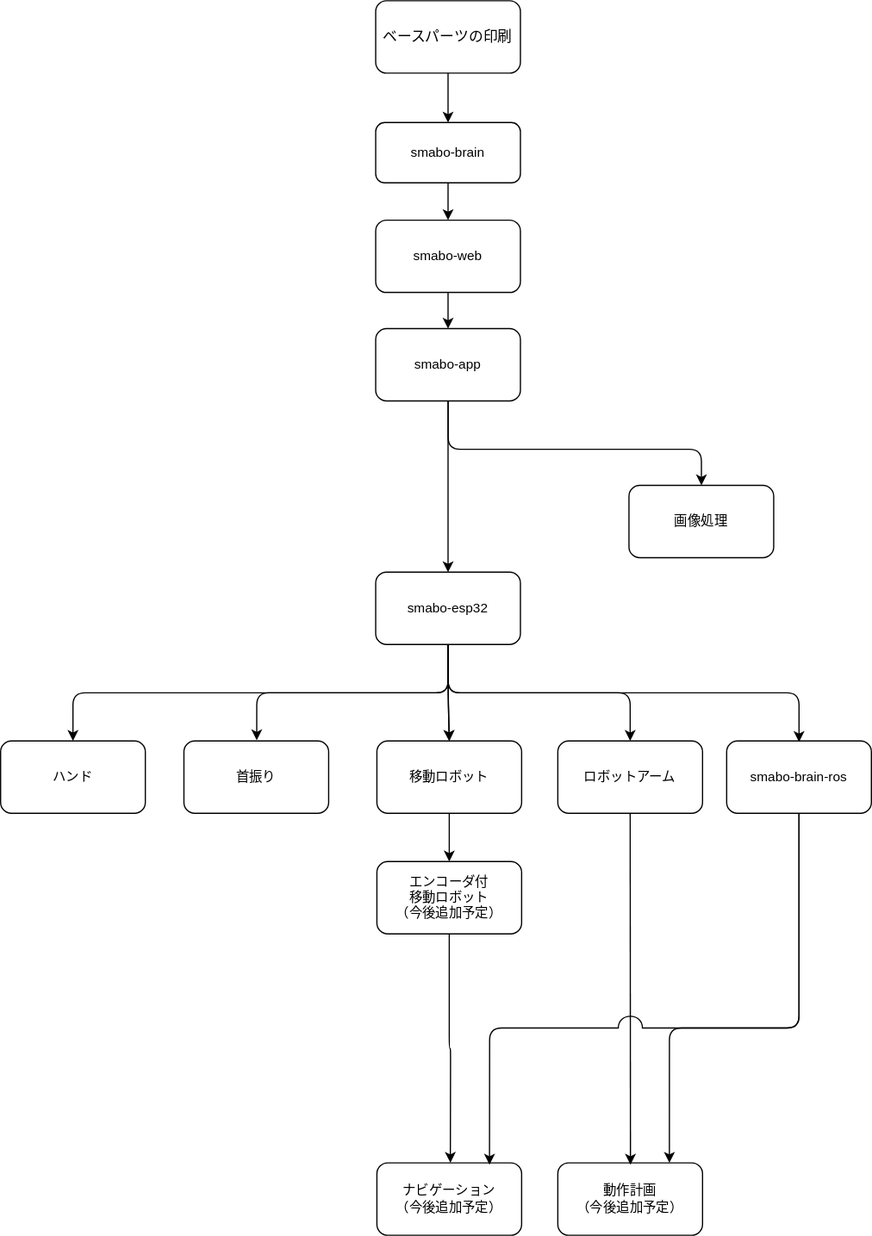
Before: docs/images/smabo_roadmap.drawio.svg, a diagram exported from draw.io (smabo-smartphone-robot/smabo-smartphone-robot.github.io). Source tidied: cells renumbered, new cells last; positions are measured from the earlier drawing's top-left corner, leaving out a move shared by most shapes.
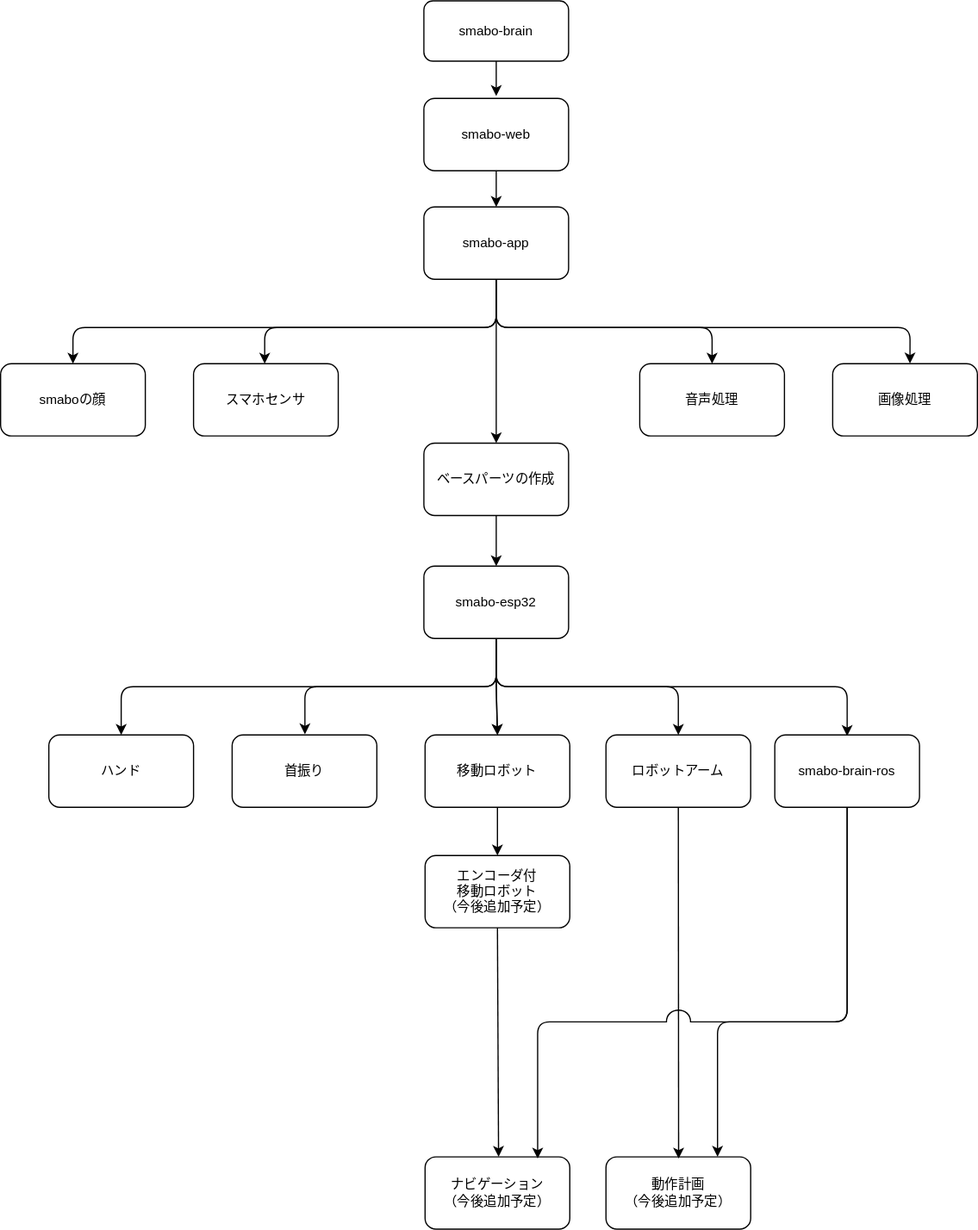
After the change.

Diff of the diagram source:
```diff
@@ -2,17 +2,14 @@
   <root>
     <mxCell id="0" />
     <mxCell id="1" parent="0" />
-    <mxCell id="2" style="edgeStyle=orthogonalEdgeStyle;html=1;rounded=0;curved=0;" parent="1" edge="1" source="3" target="5">
-      <mxGeometry relative="1" as="geometry" />
-    </mxCell>
-    <mxCell id="3" value="ベースパーツの印刷" style="rounded=1;whiteSpace=wrap;html=1;" parent="1" vertex="1">
-      <mxGeometry x="311" width="120" height="60" as="geometry" />
-    </mxCell>
-    <mxCell id="4" style="edgeStyle=none;html=1;entryX=0.5;entryY=0;entryDx=0;entryDy=0;" parent="1" edge="1" source="5" target="22">
-      <mxGeometry relative="1" as="geometry" />
+    <mxCell id="4" style="edgeStyle=none;html=1;entryX=0.5;entryY=0;entryDx=0;entryDy=0;" parent="1" edge="1">
+      <mxGeometry relative="1" as="geometry">
+        <mxPoint x="371" y="53.1" as="sourcePoint" />
+        <mxPoint x="371" y="84" as="targetPoint" />
+      </mxGeometry>
     </mxCell>
     <mxCell id="5" value="smabo-brain" style="rounded=1;whiteSpace=wrap;html=1;fontFamily=Helvetica;fontSize=11;fontColor=default;labelBackgroundColor=default;" parent="1" vertex="1">
-      <mxGeometry x="311" y="101.1" width="120" height="50" as="geometry" />
+      <mxGeometry x="311" y="5.1" width="120" height="50" as="geometry" />
     </mxCell>
     <mxCell id="6" style="edgeStyle=orthogonalEdgeStyle;shape=connector;curved=0;rounded=1;html=1;strokeColor=default;align=center;verticalAlign=middle;fontFamily=Helvetica;fontSize=11;fontColor=default;labelBackgroundColor=default;endArrow=classic;entryX=0.5;entryY=0;entryDx=0;entryDy=0;" parent="1" edge="1" source="12" target="13">
       <mxGeometry relative="1" as="geometry">
@@ -85,27 +82,35 @@
       <mxGeometry relative="1" as="geometry" />
     </mxCell>
     <mxCell id="22" value="smabo-web" style="rounded=1;whiteSpace=wrap;html=1;fontFamily=Helvetica;fontSize=11;fontColor=default;labelBackgroundColor=default;" parent="1" vertex="1">
-      <mxGeometry x="311" y="182" width="120" height="60" as="geometry" />
+      <mxGeometry x="311" y="86" width="120" height="60" as="geometry" />
     </mxCell>
     <mxCell id="23" value="画像処理" style="whiteSpace=wrap;html=1;fontSize=11;rounded=1;labelBackgroundColor=default;" parent="1" vertex="1">
-      <mxGeometry x="521" y="402" width="120" height="60" as="geometry" />
+      <mxGeometry x="650" y="306" width="120" height="60" as="geometry" />
     </mxCell>
     <mxCell id="24" value="smabo-brain-ros" style="rounded=1;whiteSpace=wrap;html=1;fontFamily=Helvetica;fontSize=11;fontColor=default;labelBackgroundColor=default;" parent="1" vertex="1">
       <mxGeometry x="602" y="614" width="120" height="60" as="geometry" />
     </mxCell>
-    <mxCell id="25" style="edgeStyle=orthogonalEdgeStyle;shape=connector;rounded=1;html=1;entryX=0.5;entryY=0;entryDx=0;entryDy=0;strokeColor=default;align=center;verticalAlign=middle;fontFamily=Helvetica;fontSize=11;fontColor=default;labelBackgroundColor=default;endArrow=classic;" parent="1" edge="1" source="27" target="12">
-      <mxGeometry relative="1" as="geometry" />
-    </mxCell>
-    <mxCell id="26" style="edgeStyle=orthogonalEdgeStyle;shape=connector;rounded=1;html=1;strokeColor=default;align=center;verticalAlign=middle;fontFamily=Helvetica;fontSize=11;fontColor=default;labelBackgroundColor=default;endArrow=classic;" parent="1" edge="1" source="27" target="23">
+    <mxCell id="26" style="edgeStyle=orthogonalEdgeStyle;shape=connector;rounded=1;html=1;strokeColor=default;align=center;verticalAlign=middle;fontFamily=Helvetica;fontSize=11;fontColor=default;labelBackgroundColor=default;endArrow=classic;entryX=0.534;entryY=-0.002;entryDx=0;entryDy=0;entryPerimeter=0;" parent="1" edge="1" source="27" target="23">
       <mxGeometry relative="1" as="geometry">
         <Array as="points">
-          <mxPoint x="441" y="372" />
-          <mxPoint x="651" y="372" />
+          <mxPoint x="371" y="276" />
+          <mxPoint x="714" y="276" />
         </Array>
       </mxGeometry>
     </mxCell>
+    <mxCell id="32" style="edgeStyle=orthogonalEdgeStyle;html=1;" parent="1" edge="1" source="27" target="34">
+      <mxGeometry relative="1" as="geometry">
+        <Array as="points">
+          <mxPoint x="371" y="276" />
+          <mxPoint x="550" y="276" />
+        </Array>
+      </mxGeometry>
+    </mxCell>
+    <mxCell id="33" style="edgeStyle=none;html=1;" parent="1" edge="1" source="27" target="40">
+      <mxGeometry relative="1" as="geometry" />
+    </mxCell>
     <mxCell id="27" value="smabo-app" style="rounded=1;whiteSpace=wrap;html=1;fontFamily=Helvetica;fontSize=11;fontColor=default;labelBackgroundColor=default;" parent="1" vertex="1">
-      <mxGeometry x="311" y="272" width="120" height="60" as="geometry" />
+      <mxGeometry x="311" y="176" width="120" height="60" as="geometry" />
     </mxCell>
     <mxCell id="28" style="edgeStyle=orthogonalEdgeStyle;shape=connector;rounded=1;jumpStyle=arc;jumpSize=20;html=1;entryX=0.508;entryY=-0.001;entryDx=0;entryDy=0;entryPerimeter=0;strokeColor=default;align=center;verticalAlign=middle;fontFamily=Helvetica;fontSize=11;fontColor=default;labelBackgroundColor=default;endArrow=classic;" parent="1" edge="1" source="17" target="18">
       <mxGeometry relative="1" as="geometry" />
@@ -129,5 +134,37 @@
         </Array>
       </mxGeometry>
     </mxCell>
+    <mxCell id="34" value="音声処理" style="whiteSpace=wrap;html=1;fontSize=11;rounded=1;labelBackgroundColor=default;" parent="1" vertex="1">
+      <mxGeometry x="490" y="306" width="120" height="60" as="geometry" />
+    </mxCell>
+    <mxCell id="35" value="smaboの顔" style="whiteSpace=wrap;html=1;fontSize=11;rounded=1;labelBackgroundColor=default;" parent="1" vertex="1">
+      <mxGeometry x="-40" y="306" width="120" height="60" as="geometry" />
+    </mxCell>
+    <mxCell id="36" style="edgeStyle=orthogonalEdgeStyle;html=1;" parent="1" edge="1" source="27" target="35">
+      <mxGeometry relative="1" as="geometry">
+        <Array as="points">
+          <mxPoint x="371" y="276" />
+          <mxPoint x="20" y="276" />
+        </Array>
+      </mxGeometry>
+    </mxCell>
+    <mxCell id="37" value="スマホセンサ" style="whiteSpace=wrap;html=1;fontSize=11;rounded=1;labelBackgroundColor=default;" parent="1" vertex="1">
+      <mxGeometry x="120" y="306" width="120" height="60" as="geometry" />
+    </mxCell>
+    <mxCell id="38" style="edgeStyle=orthogonalEdgeStyle;html=1;" parent="1" edge="1" source="27">
+      <mxGeometry relative="1" as="geometry">
+        <mxPoint x="180" y="306" as="targetPoint" />
+        <Array as="points">
+          <mxPoint x="371" y="276" />
+          <mxPoint x="179" y="276" />
+        </Array>
+      </mxGeometry>
+    </mxCell>
+    <mxCell id="39" style="edgeStyle=none;html=1;" parent="1" edge="1" source="40" target="12">
+      <mxGeometry relative="1" as="geometry" />
+    </mxCell>
+    <mxCell id="40" value="ベースパーツの作成" style="whiteSpace=wrap;html=1;fontSize=11;rounded=1;labelBackgroundColor=default;" parent="1" vertex="1">
+      <mxGeometry x="311" y="372" width="120" height="60" as="geometry" />
+    </mxCell>
   </root>
 </mxGraphModel>
```
